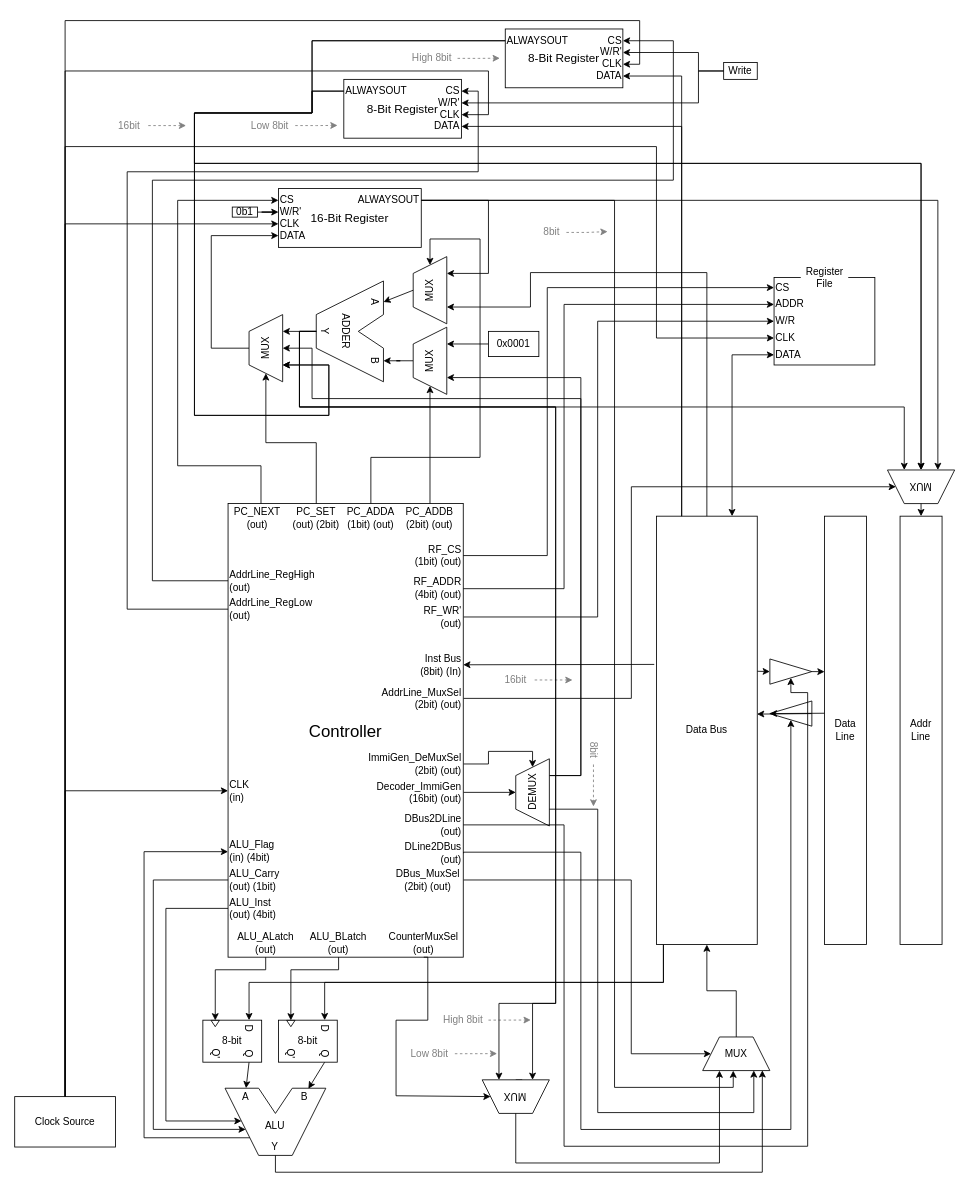
This is wa824/docs/core/I/wa824I.drawio from BeomjunKim-3p/wach, a draw.io file, before an edit. Source tidied: cells renumbered, new cells numbered last; positions are measured from the earlier drawing's top-left corner, leaving out a move shared by most shapes. Both pictures are drawn from the tidied source at 84%, with x=0, y=0 at pixel (14, 12).
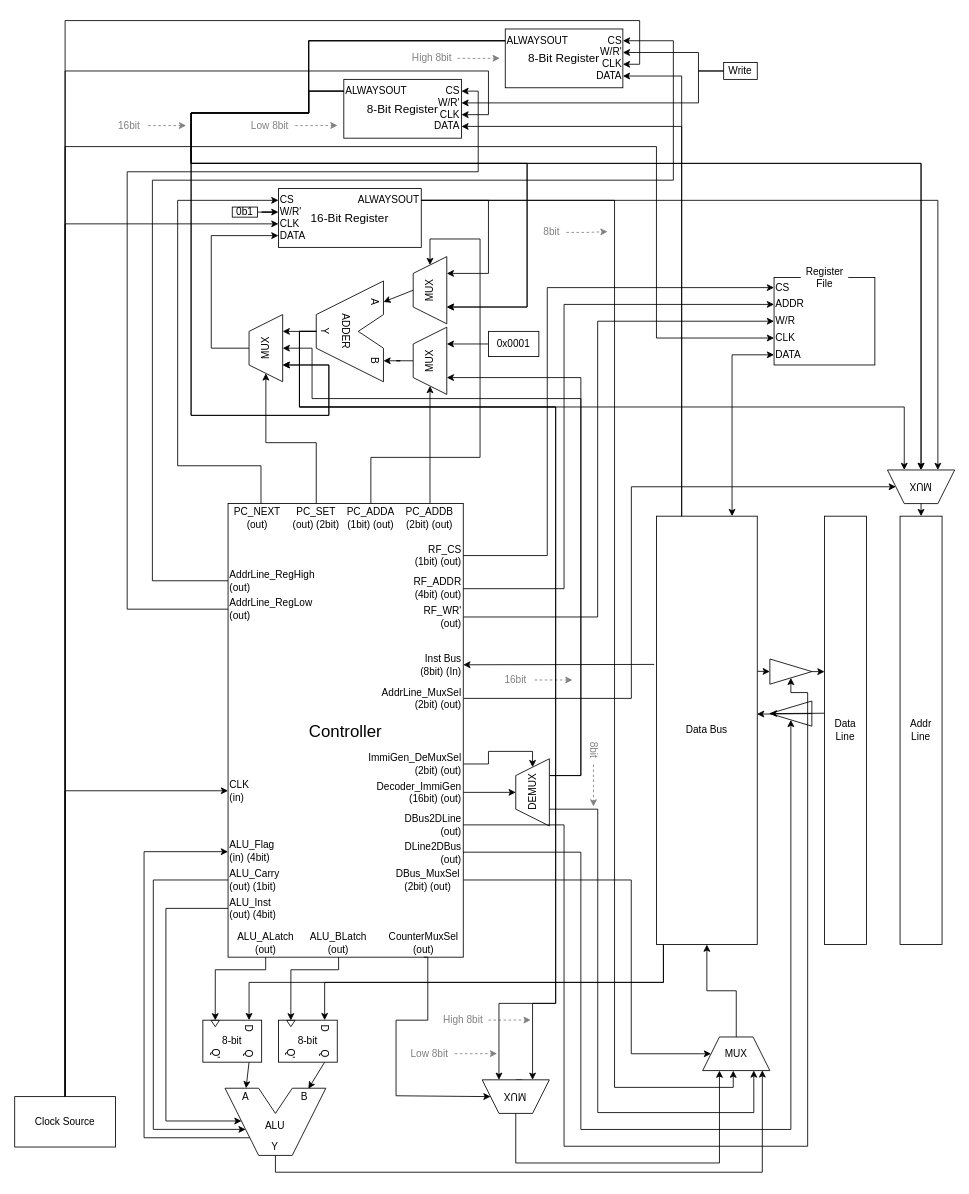
The same diagram, later.

The change refers to these unchanged cells:
```xml
<mxCell id="18" value="MUX" style="shape=trapezoid;perimeter=trapezoidPerimeter;whiteSpace=wrap;html=1;fixedSize=1;rotation=-90;" parent="1" vertex="1">
  <mxGeometry x="259" y="380" width="80" height="40" as="geometry" />
</mxCell>
<mxCell id="38" value="Data Bus" style="rounded=0;whiteSpace=wrap;html=1;" parent="1" vertex="1">
  <mxGeometry x="764" y="600" width="120" height="510" as="geometry" />
</mxCell>
<mxCell id="125" value="MUX" style="shape=trapezoid;perimeter=trapezoidPerimeter;whiteSpace=wrap;html=1;fixedSize=1;rotation=-90;" parent="1" vertex="1">
  <mxGeometry x="454.4" y="311" width="80" height="40" as="geometry" />
</mxCell>
<mxCell id="130" value="MUX" style="shape=trapezoid;perimeter=trapezoidPerimeter;whiteSpace=wrap;html=1;fixedSize=1;rotation=180;" parent="1" vertex="1">
  <mxGeometry x="1039" y="545" width="80" height="40" as="geometry" />
</mxCell>
<mxCell id="167" value="ALWAYSOUT" style="text;html=1;whiteSpace=wrap;strokeColor=none;fillColor=none;align=left;verticalAlign=middle;rounded=0;" parent="161" vertex="1">
  <mxGeometry y="9" width="74.1" height="10" as="geometry" />
</mxCell>
<mxCell id="174" value="ALWAYSOUT" style="text;html=1;whiteSpace=wrap;strokeColor=none;fillColor=none;align=left;verticalAlign=middle;rounded=0;" parent="168" vertex="1">
  <mxGeometry y="9" width="74.1" height="10" as="geometry" />
</mxCell>
```

Diff of the diagram source:
```diff
@@
-    <mxCell id="144" style="edgeStyle=orthogonalEdgeStyle;jettySize=auto;html=1;rounded=0;entryX=0.25;entryY=1;entryDx=0;entryDy=0;exitX=0.5;exitY=0;exitDx=0;exitDy=0;" parent="1" edge="1" source="38" target="125">
-      <mxGeometry relative="1" as="geometry">
-        <Array as="points">
-          <mxPoint x="824" y="310" />
-          <mxPoint x="614" y="310" />
-          <mxPoint x="614" y="351" />
-        </Array>
-      </mxGeometry>
-    </mxCell>
@@
     <mxCell id="181" style="edgeStyle=orthogonalEdgeStyle;jettySize=auto;html=1;rounded=0;exitX=0;exitY=0.5;exitDx=0;exitDy=0;entryX=0.25;entryY=1;entryDx=0;entryDy=0;" parent="1" edge="1" source="174" target="18">
       <mxGeometry relative="1" as="geometry">
         <Array as="points">
-          <mxPoint x="354" y="94" />
-          <mxPoint x="354" y="120" />
-          <mxPoint x="214" y="120" />
-          <mxPoint x="214" y="480" />
+          <mxPoint x="350" y="94" />
+          <mxPoint x="350" y="120" />
+          <mxPoint x="210" y="120" />
+          <mxPoint x="210" y="480" />
           <mxPoint x="374" y="480" />
           <mxPoint x="374" y="420" />
         </Array>
       </mxGeometry>
     </mxCell>
     <mxCell id="182" style="edgeStyle=orthogonalEdgeStyle;jettySize=auto;html=1;rounded=0;exitX=0;exitY=0.5;exitDx=0;exitDy=0;entryX=0.25;entryY=1;entryDx=0;entryDy=0;" parent="1" edge="1" source="167" target="18">
       <mxGeometry relative="1" as="geometry">
         <Array as="points">
-          <mxPoint x="354" y="34" />
-          <mxPoint x="354" y="120" />
-          <mxPoint x="214" y="120" />
-          <mxPoint x="214" y="480" />
+          <mxPoint x="350" y="34" />
+          <mxPoint x="350" y="120" />
+          <mxPoint x="210" y="120" />
+          <mxPoint x="210" y="480" />
           <mxPoint x="374" y="480" />
           <mxPoint x="374" y="420" />
         </Array>
       </mxGeometry>
     </mxCell>
@@
     <mxCell id="192" style="edgeStyle=orthogonalEdgeStyle;jettySize=auto;html=1;rounded=0;exitX=0;exitY=0.5;exitDx=0;exitDy=0;entryX=0.5;entryY=1;entryDx=0;entryDy=0;" parent="1" edge="1" source="167" target="130">
       <mxGeometry relative="1" as="geometry">
         <Array as="points">
-          <mxPoint x="354" y="34" />
-          <mxPoint x="354" y="120" />
-          <mxPoint x="214" y="120" />
-          <mxPoint x="214" y="180" />
+          <mxPoint x="350" y="34" />
+          <mxPoint x="350" y="120" />
+          <mxPoint x="210" y="120" />
+          <mxPoint x="210" y="180" />
           <mxPoint x="1079" y="180" />
         </Array>
       </mxGeometry>
     </mxCell>
     <mxCell id="193" style="edgeStyle=orthogonalEdgeStyle;jettySize=auto;html=1;rounded=0;exitX=0;exitY=0.5;exitDx=0;exitDy=0;entryX=0.5;entryY=1;entryDx=0;entryDy=0;" parent="1" edge="1" source="174" target="130">
       <mxGeometry relative="1" as="geometry">
         <Array as="points">
-          <mxPoint x="354" y="94" />
-          <mxPoint x="354" y="120" />
-          <mxPoint x="214" y="120" />
-          <mxPoint x="214" y="180" />
+          <mxPoint x="350" y="94" />
+          <mxPoint x="350" y="120" />
+          <mxPoint x="210" y="120" />
+          <mxPoint x="210" y="180" />
           <mxPoint x="1079" y="180" />
         </Array>
       </mxGeometry>
     </mxCell>
@@
+    <mxCell id="198" style="edgeStyle=orthogonalEdgeStyle;jettySize=auto;html=1;rounded=0;exitX=0;exitY=0.5;exitDx=0;exitDy=0;entryX=0.25;entryY=1;entryDx=0;entryDy=0;" parent="1" edge="1" source="167" target="125">
+      <mxGeometry relative="1" as="geometry">
+        <Array as="points">
+          <mxPoint x="350" y="34" />
+          <mxPoint x="350" y="120" />
+          <mxPoint x="210" y="120" />
+          <mxPoint x="210" y="180" />
+          <mxPoint x="610" y="180" />
+          <mxPoint x="610" y="351" />
+        </Array>
+      </mxGeometry>
+    </mxCell>
+    <mxCell id="199" style="edgeStyle=orthogonalEdgeStyle;jettySize=auto;html=1;rounded=0;exitX=0;exitY=0.5;exitDx=0;exitDy=0;entryX=0.25;entryY=1;entryDx=0;entryDy=0;" parent="1" edge="1" source="174" target="125">
+      <mxGeometry relative="1" as="geometry">
+        <Array as="points">
+          <mxPoint x="350" y="94" />
+          <mxPoint x="350" y="120" />
+          <mxPoint x="210" y="120" />
+          <mxPoint x="210" y="180" />
+          <mxPoint x="610" y="180" />
+          <mxPoint x="610" y="351" />
+        </Array>
+      </mxGeometry>
+    </mxCell>
```
